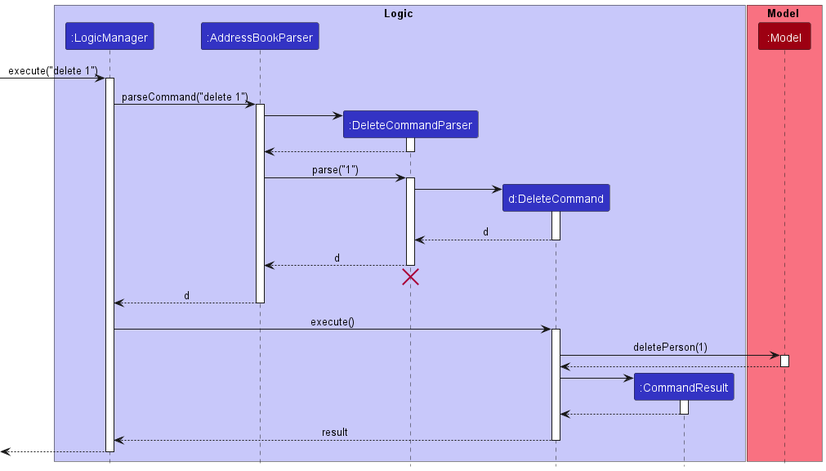
The PlantUML diagram docs/images/ParserSequenceDiagram.png in nus-cs2103-AY2223S1/tp, before a commit.
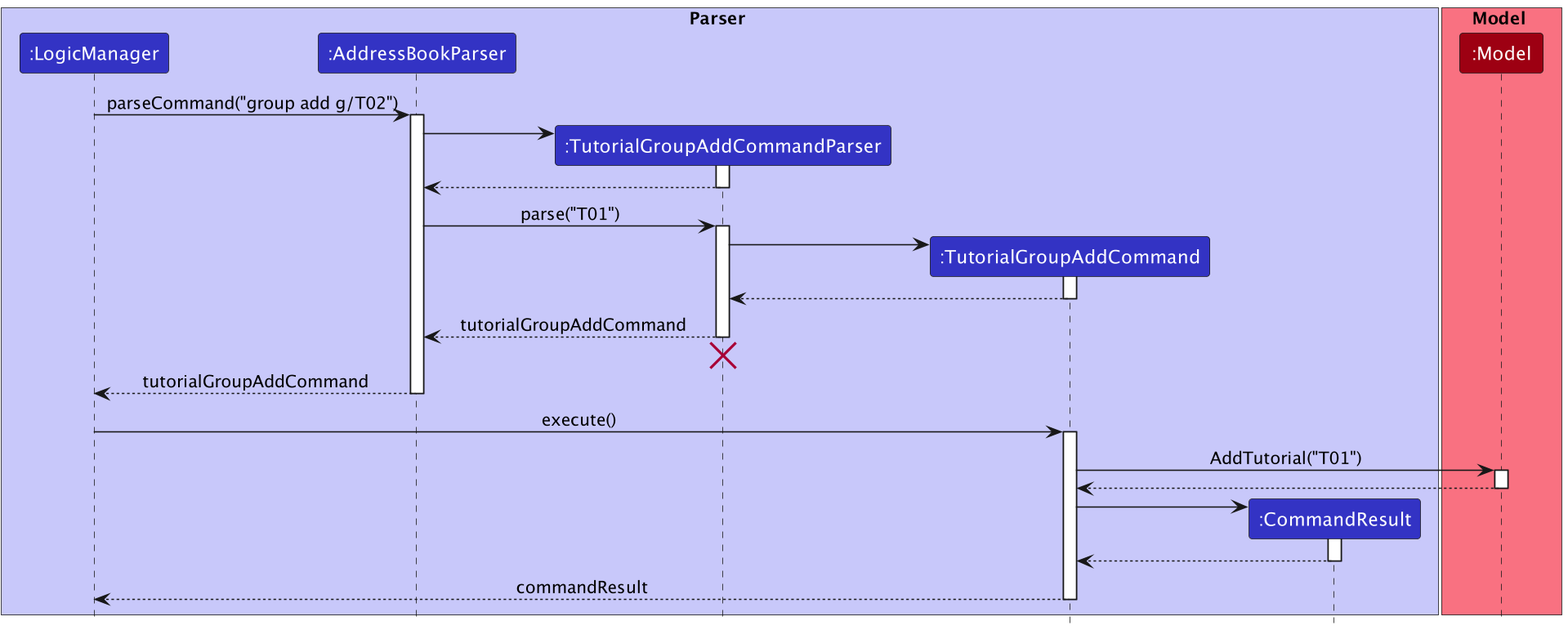
The same diagram one commit later.

The edit, as a diff of the source:
```diff
@@ -1,11 +1,12 @@
 @startuml
 !include style.puml
 
-box Logic LOGIC_COLOR_T1
+box Parser LOGIC_COLOR_T1
 participant ":LogicManager" as LogicManager LOGIC_COLOR
-participant ":AddressBookParser" as AddressBookParser LOGIC_COLOR
-participant ":DeleteCommandParser" as DeleteCommandParser LOGIC_COLOR
-participant "d:DeleteCommand" as DeleteCommand LOGIC_COLOR
+participant ":AddressBookParser" as TaaParser LOGIC_COLOR
+participant ":TutorialGroupAddCommandParser" as TutorialGroupAddCommandParser LOGIC_COLOR
+participant ":TutorialGroupAddCommand" as TutorialGroupAddCommand LOGIC_COLOR
+
 participant ":CommandResult" as CommandResult LOGIC_COLOR
 end box
 
@@ -13,56 +14,55 @@
 participant ":Model" as Model MODEL_COLOR
 end box
 
-[-> LogicManager : execute("delete 1")
-activate LogicManager
 
-LogicManager -> AddressBookParser : parseCommand("delete 1")
-activate AddressBookParser
 
-create DeleteCommandParser
-AddressBookParser -> DeleteCommandParser
-activate DeleteCommandParser
+LogicManager -> TaaParser : parseCommand("group add g/T02")
+activate TaaParser
 
-DeleteCommandParser --> AddressBookParser
-deactivate DeleteCommandParser
+create TutorialGroupAddCommandParser
+TaaParser -> TutorialGroupAddCommandParser
+activate TutorialGroupAddCommandParser
 
-AddressBookParser -> DeleteCommandParser : parse("1")
-activate DeleteCommandParser
+TutorialGroupAddCommandParser --> TaaParser
+deactivate TutorialGroupAddCommandParser
 
-create DeleteCommand
-DeleteCommandParser -> DeleteCommand
-activate DeleteCommand
+TaaParser -> TutorialGroupAddCommandParser : parse("T01")
+activate TutorialGroupAddCommandParser
 
-DeleteCommand --> DeleteCommandParser : d
-deactivate DeleteCommand
+create TutorialGroupAddCommand
+TutorialGroupAddCommandParser -> TutorialGroupAddCommand
+activate TutorialGroupAddCommand
 
-DeleteCommandParser --> AddressBookParser : d
-deactivate DeleteCommandParser
-DeleteCommandParser -[hidden]-> AddressBookParser
-destroy DeleteCommandParser
+TutorialGroupAddCommand --> TutorialGroupAddCommandParser
+deactivate TutorialGroupAddCommand
 
-AddressBookParser --> LogicManager : d
-deactivate AddressBookParser
+TutorialGroupAddCommandParser --> TaaParser : tutorialGroupAddCommand
+deactivate TutorialGroupAddCommandParser
 
-LogicManager -> DeleteCommand : execute()
-activate DeleteCommand
+TutorialGroupAddCommandParser -[hidden]-> TaaParser
+destroy TutorialGroupAddCommandParser
 
-DeleteCommand -> Model : deletePerson(1)
+TaaParser --> LogicManager : tutorialGroupAddCommand
+deactivate TaaParser
+
+LogicManager -> TutorialGroupAddCommand : execute()
+activate TutorialGroupAddCommand
+
+TutorialGroupAddCommand -> Model : AddTutorial("T01")
 activate Model
 
-Model --> DeleteCommand
+Model --> TutorialGroupAddCommand
 deactivate Model
 
 create CommandResult
-DeleteCommand -> CommandResult
+TutorialGroupAddCommand -> CommandResult
 activate CommandResult
 
-CommandResult --> DeleteCommand
+CommandResult --> TutorialGroupAddCommand
 deactivate CommandResult
 
-DeleteCommand --> LogicManager : result
-deactivate DeleteCommand
+TutorialGroupAddCommand --> LogicManager : commandResult
+deactivate TutorialGroupAddCommand
 
-[<--LogicManager
-deactivate LogicManager
+
 @enduml
```
